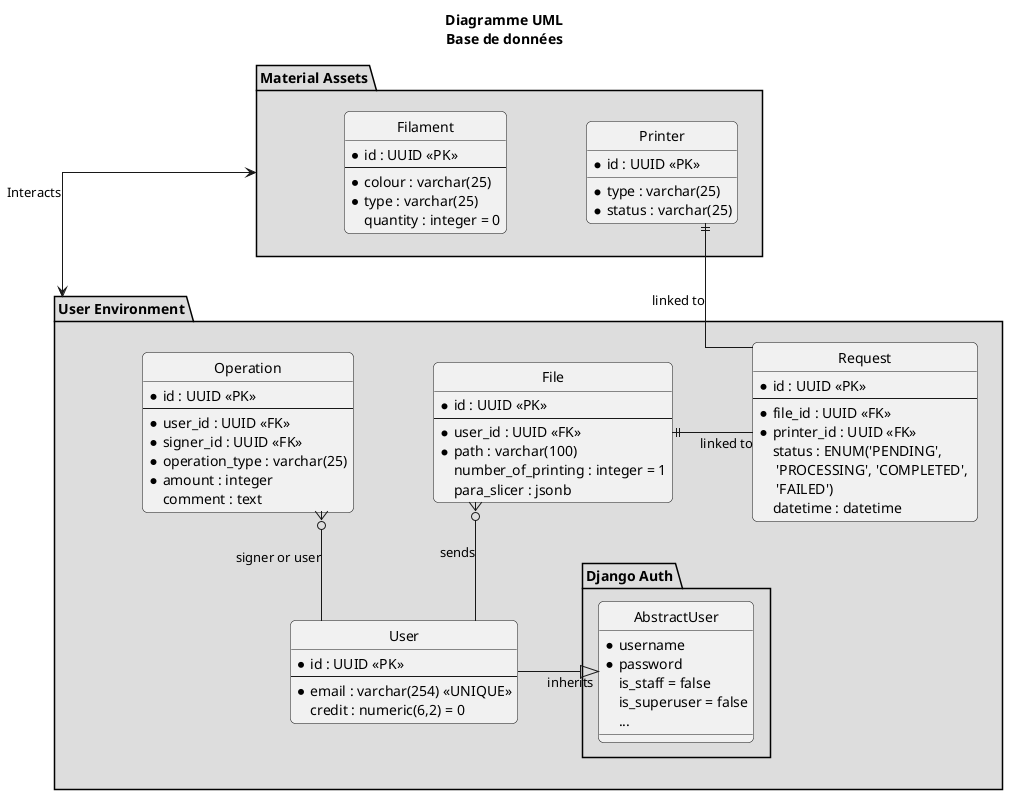
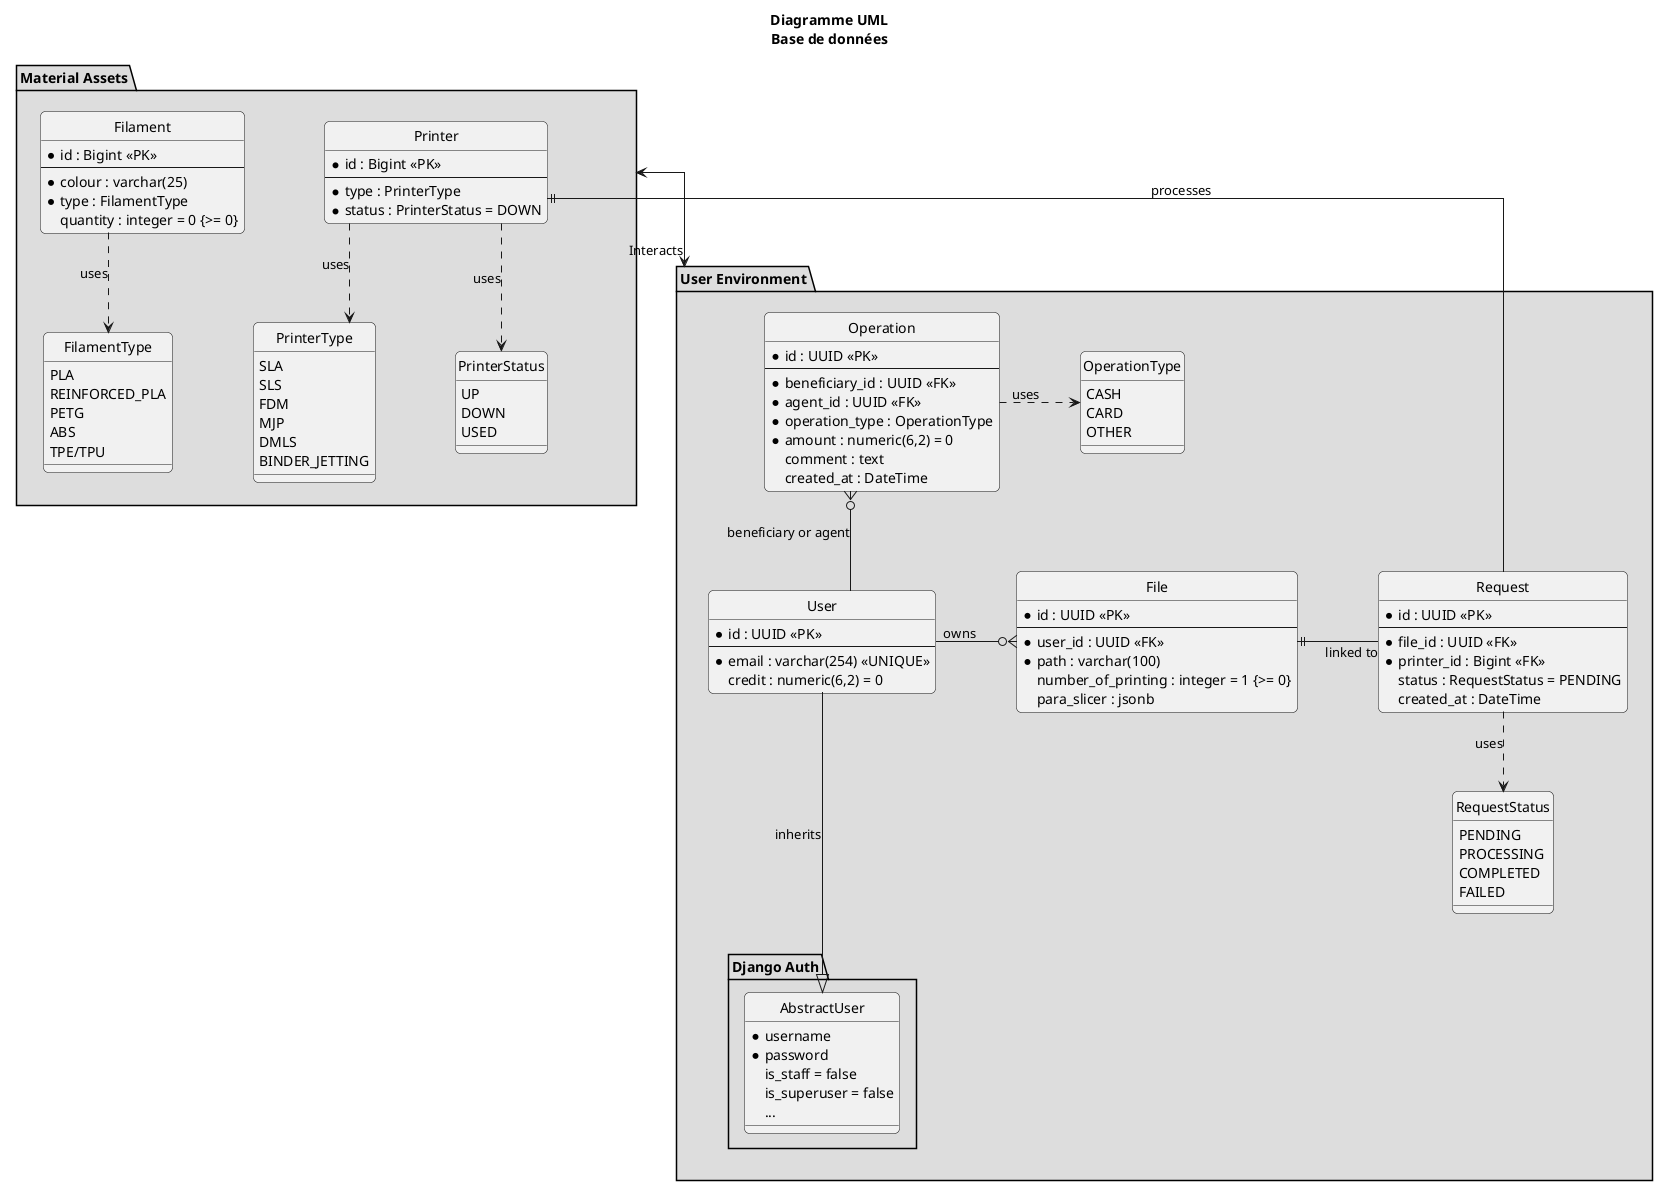
@startuml
title "  Diagramme UML \n Base de données"

hide circle
skinparam linetype ortho
skinparam shadowing false
skinparam roundcorner 10
skinparam nodesep 80
skinparam ranksep 80
skinparam monochrome true
skinparam backgroundColor white
skinparam defaultFontName Segoe UI, Arial, sans-serif
skinparam style strictuml


+ 
+ 
+ 
package "User Environment" #DDDDDD{
    package "Django Auth" #DDDDDD {
        class "AbstractUser" as abstract_user {
            *username
            *password
            is_staff = false
            is_superuser = false
            ...
        }
+     }
+     enum RequestStatus {
+         PENDING
+         PROCESSING
+         COMPLETED
+         FAILED
+     }
+     enum OperationType {
+         CASH
+         CARD
+         OTHER
    }

    entity "User" as user {
      *id : UUID <<PK>>
      --
      *email : varchar(254) <<UNIQUE>>
      credit : numeric(6,2) = 0
    }

    entity "Operation" as operation{
        *id : UUID <<PK>>
        --
-         *user_id : UUID <<FK>>
-         *signer_id : UUID <<FK>>
-         *operation_type : varchar(25)
-         *amount : integer
+         *beneficiary_id : UUID <<FK>>
+         *agent_id : UUID <<FK>>
+         *operation_type : OperationType
+         *amount : numeric(6,2) = 0
        comment : text
+         created_at : DateTime
    }
    entity "File" as file{
        *id : UUID <<PK>>
        --
        *user_id : UUID <<FK>>
        *path : varchar(100)
-         number_of_printing : integer = 1
+         number_of_printing : integer = 1 {>= 0}
        para_slicer : jsonb
    }


    entity "Request" as request{
            *id : UUID <<PK>>
            --
            *file_id : UUID <<FK>>
-             *printer_id : UUID <<FK>>
-             status : ENUM('PENDING', \n 'PROCESSING', 'COMPLETED', \n 'FAILED')
-             datetime : datetime
+             *printer_id : Bigint <<FK>>
+             status : RequestStatus = PENDING
+             created_at : DateTime
    }
}
package "Material Assets" #DDDDDD{
    entity "Printer" as printer {
-             *id : UUID <<PK>>
-             *type : varchar(25)
-             *status : varchar(25)
+             *id : Bigint <<PK>>
+             --
+             *type : PrinterType
+             *status : PrinterStatus = DOWN
    }

    entity "Filament" as filament{
-         *id : UUID <<PK>>
+         *id : Bigint <<PK>>
        --
        *colour : varchar(25)
-         *type : varchar(25)
-         quantity : integer = 0
+         *type : FilamentType
+         quantity : integer = 0 {>= 0}
+     }
+ 
+     enum FilamentType {
+         PLA
+         REINFORCED_PLA
+         PETG
+         ABS
+         TPE/TPU
+     }
+ 
+     enum PrinterType {
+         SLA
+         SLS
+         FDM
+         MJP
+         DMLS
+         BINDER_JETTING
+     }
+ 
+     enum PrinterStatus {
+         UP
+         DOWN
+         USED
    }
}




- abstract_user <|-r-- user : inherits
- file }o-- user : sends
+ abstract_user <|--u- user : inherits
+ file }o-l- user : owns
file ||-r- request : linked to
"Material Assets" <--> "User Environment" : Interacts
- printer ||-- request : linked to
- operation }o-- user : signer or user
+ printer ||-- request : processes
+ operation }o-- user : beneficiary or agent
+ request .d.> RequestStatus : uses
+ printer ..> PrinterStatus : uses
+ printer ..> PrinterType : uses
+ filament ..> FilamentType : uses
+ operation .r.> OperationType : uses
@enduml